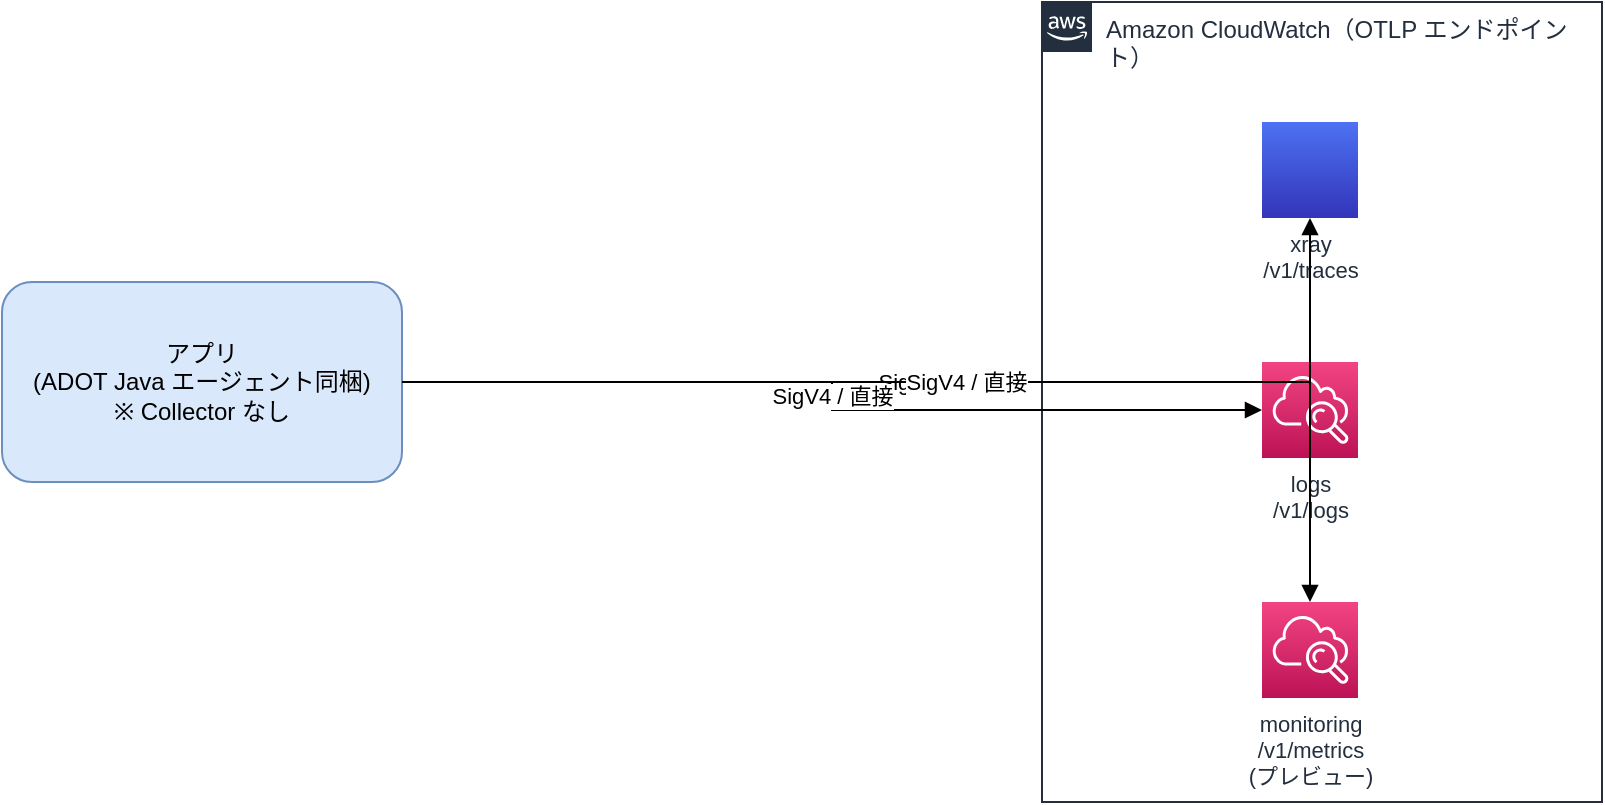
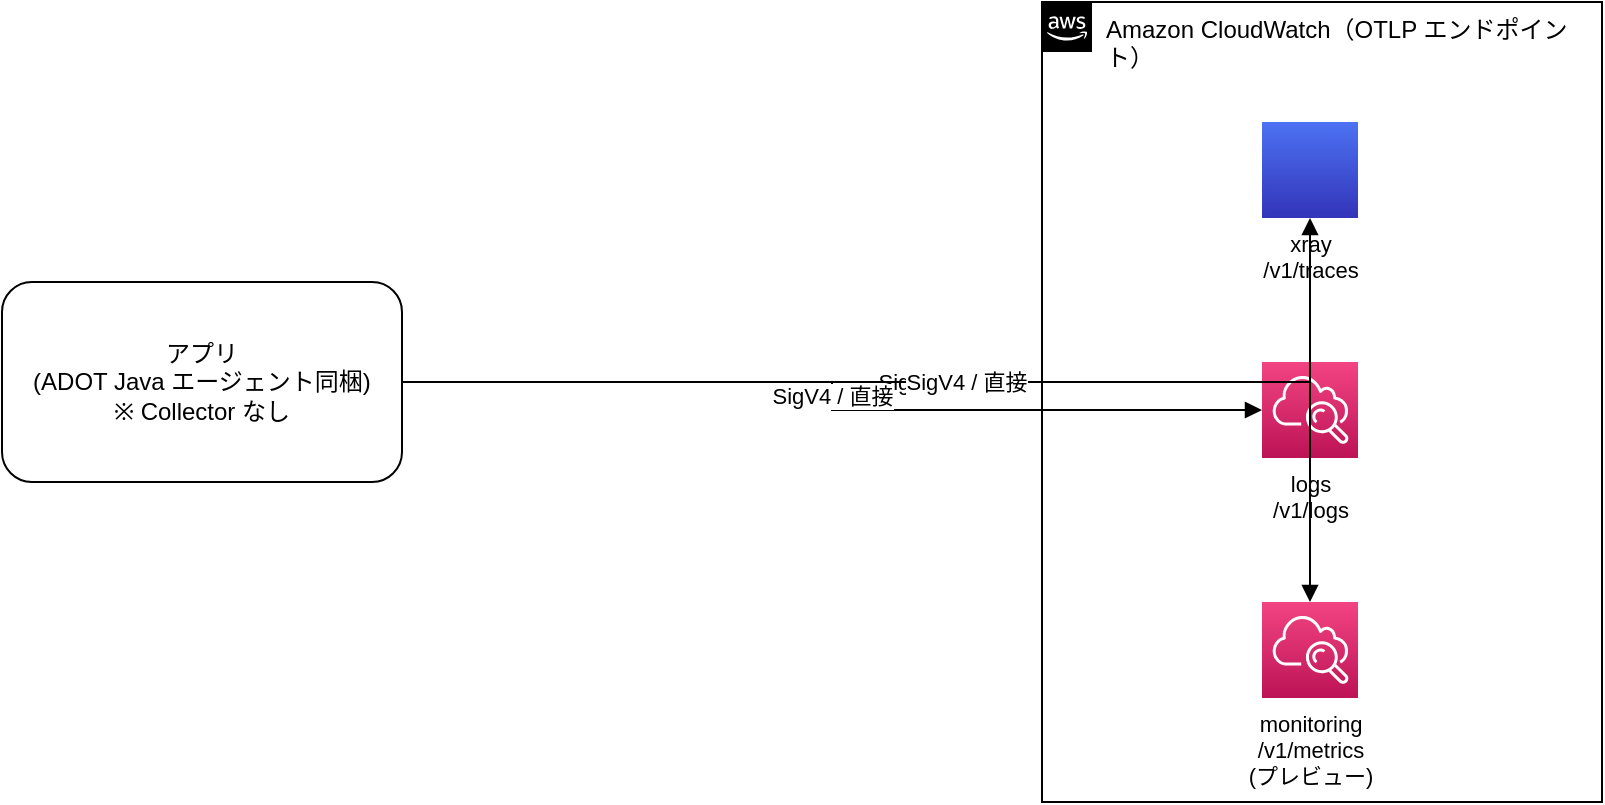
<mxfile host="app.diagrams.net">
    <diagram id="otel-fig2" name="図2 経路Aの最小構成">
        <mxGraphModel dx="1200" dy="800" grid="1" gridSize="10" guides="1" tooltips="1" connect="1" arrows="1" fold="1" page="1" pageScale="1" pageWidth="900" pageHeight="560" math="0" shadow="0">
            <root>
                <mxCell id="0"/>
                <mxCell id="1" parent="0"/>
-                 <mxCell id="app" value="アプリ&#10;(ADOT Java エージェント同梱)&#10;※ Collector なし" style="rounded=1;whiteSpace=wrap;html=1;fillColor=#dae8fc;strokeColor=#6c8ebf;fontSize=12;" parent="1" vertex="1">
+                 <mxCell id="app" value="アプリ&#10;(ADOT Java エージェント同梱)&#10;※ Collector なし" style="rounded=1;whiteSpace=wrap;html=1;fillColor=#ffffff;strokeColor=#000000;fontSize=12;" parent="1" vertex="1">
                    <mxGeometry x="40" y="220" width="200" height="100" as="geometry"/>
                </mxCell>
-                 <mxCell id="cw" value="Amazon CloudWatch（OTLP エンドポイント）" style="points=[[0,0],[0.25,0],[0.5,0],[0.75,0],[1,0],[1,0.25],[1,0.5],[1,0.75],[1,1],[0.75,1],[0.5,1],[0.25,1],[0,1],[0,0.75],[0,0.5],[0,0.25]];outlineConnect=0;gradientColor=none;html=1;whiteSpace=wrap;fontSize=12;fontStyle=0;container=1;pointerEvents=0;collapsible=0;recursiveResize=0;shape=mxgraph.aws4.group;grIcon=mxgraph.aws4.group_aws_cloud_alt;strokeColor=#232F3E;fillColor=none;verticalAlign=top;align=left;spacingLeft=30;fontColor=#232F3E;dashed=0;" parent="1" vertex="1">
+                 <mxCell id="cw" value="Amazon CloudWatch（OTLP エンドポイント）" style="points=[[0,0],[0.25,0],[0.5,0],[0.75,0],[1,0],[1,0.25],[1,0.5],[1,0.75],[1,1],[0.75,1],[0.5,1],[0.25,1],[0,1],[0,0.75],[0,0.5],[0,0.25]];outlineConnect=0;gradientColor=none;html=1;whiteSpace=wrap;fontSize=12;fontStyle=0;container=1;pointerEvents=0;collapsible=0;recursiveResize=0;shape=mxgraph.aws4.group;grIcon=mxgraph.aws4.group_aws_cloud_alt;strokeColor=#000000;fillColor=none;verticalAlign=top;align=left;spacingLeft=30;fontColor=#000000;dashed=0;" parent="1" vertex="1">
                    <mxGeometry x="560" y="80" width="280" height="400" as="geometry"/>
                </mxCell>
-                 <mxCell id="xray" value="xray&#10;/v1/traces" style="sketch=0;outlineConnect=0;fontColor=#232F3E;gradientColor=#4D72F3;gradientDirection=north;fillColor=#3334B9;strokeColor=#ffffff;dashed=0;verticalLabelPosition=bottom;verticalAlign=top;align=center;html=1;fontSize=11;fontStyle=0;aspect=fixed;shape=mxgraph.aws4.resourceIcon;resIcon=mxgraph.aws4.x_ray;" parent="cw" vertex="1">
+                 <mxCell id="xray" value="xray&#10;/v1/traces" style="sketch=0;outlineConnect=0;fontColor=#000000;gradientColor=#4D72F3;gradientDirection=north;fillColor=#3334B9;strokeColor=#ffffff;dashed=0;verticalLabelPosition=bottom;verticalAlign=top;align=center;html=1;fontSize=11;fontStyle=0;aspect=fixed;shape=mxgraph.aws4.resourceIcon;resIcon=mxgraph.aws4.x_ray;" parent="cw" vertex="1">
                    <mxGeometry x="110" y="60" width="48" height="48" as="geometry"/>
                </mxCell>
-                 <mxCell id="logs" value="logs&#10;/v1/logs" style="sketch=0;outlineConnect=0;fontColor=#232F3E;gradientColor=#F34482;gradientDirection=north;fillColor=#BC1356;strokeColor=#ffffff;dashed=0;verticalLabelPosition=bottom;verticalAlign=top;align=center;html=1;fontSize=11;fontStyle=0;aspect=fixed;shape=mxgraph.aws4.resourceIcon;resIcon=mxgraph.aws4.cloudwatch;" parent="cw" vertex="1">
+                 <mxCell id="logs" value="logs&#10;/v1/logs" style="sketch=0;outlineConnect=0;fontColor=#000000;gradientColor=#F34482;gradientDirection=north;fillColor=#BC1356;strokeColor=#ffffff;dashed=0;verticalLabelPosition=bottom;verticalAlign=top;align=center;html=1;fontSize=11;fontStyle=0;aspect=fixed;shape=mxgraph.aws4.resourceIcon;resIcon=mxgraph.aws4.cloudwatch;" parent="cw" vertex="1">
                    <mxGeometry x="110" y="180" width="48" height="48" as="geometry"/>
                </mxCell>
-                 <mxCell id="mon" value="monitoring&#10;/v1/metrics&#10;(プレビュー)" style="sketch=0;outlineConnect=0;fontColor=#232F3E;gradientColor=#F34482;gradientDirection=north;fillColor=#BC1356;strokeColor=#ffffff;dashed=0;verticalLabelPosition=bottom;verticalAlign=top;align=center;html=1;fontSize=11;fontStyle=0;aspect=fixed;shape=mxgraph.aws4.resourceIcon;resIcon=mxgraph.aws4.cloudwatch;" parent="cw" vertex="1">
+                 <mxCell id="mon" value="monitoring&#10;/v1/metrics&#10;(プレビュー)" style="sketch=0;outlineConnect=0;fontColor=#000000;gradientColor=#F34482;gradientDirection=north;fillColor=#BC1356;strokeColor=#ffffff;dashed=0;verticalLabelPosition=bottom;verticalAlign=top;align=center;html=1;fontSize=11;fontStyle=0;aspect=fixed;shape=mxgraph.aws4.resourceIcon;resIcon=mxgraph.aws4.cloudwatch;" parent="cw" vertex="1">
                    <mxGeometry x="110" y="300" width="48" height="48" as="geometry"/>
                </mxCell>
                <mxCell id="e1" value="SigV4 / 直接" style="edgeStyle=orthogonalEdgeStyle;rounded=0;html=1;endArrow=block;fontSize=11;" parent="1" source="app" target="xray" edge="1">
                    <mxGeometry relative="1" as="geometry"/>
                </mxCell>
                <mxCell id="e2" value="SigV4 / 直接" style="edgeStyle=orthogonalEdgeStyle;rounded=0;html=1;endArrow=block;fontSize=11;" parent="1" source="app" target="logs" edge="1">
                    <mxGeometry relative="1" as="geometry"/>
                </mxCell>
                <mxCell id="e3" value="SigV4 / 直接" style="edgeStyle=orthogonalEdgeStyle;rounded=0;html=1;endArrow=block;fontSize=11;" parent="1" source="app" target="mon" edge="1">
                    <mxGeometry relative="1" as="geometry"/>
                </mxCell>
            </root>
        </mxGraphModel>
    </diagram>
</mxfile>
